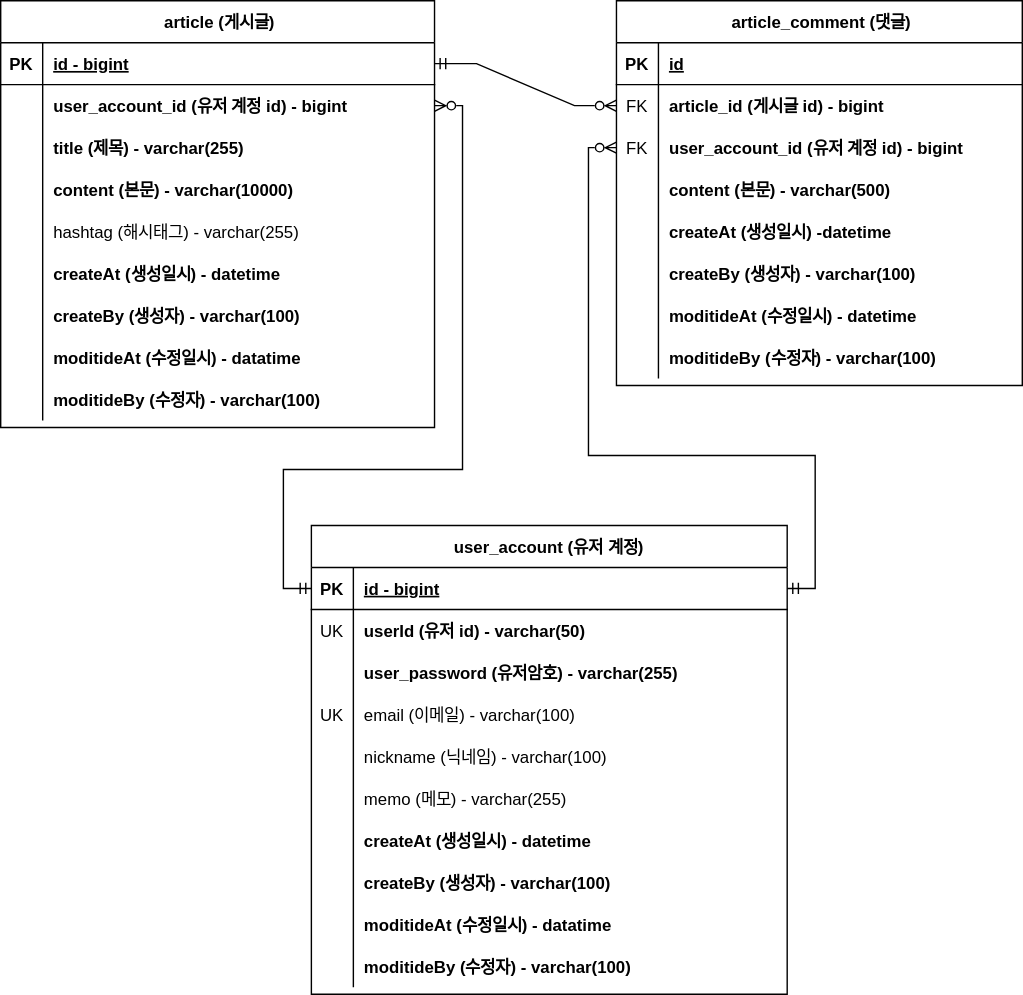
xotlr333/board-project keeps this draw.io diagram as document/board-project-erd.svg. Above is the earlier version. Source tidied: cells renumbered, new cells last; positions are measured from the earlier drawing's top-left corner, leaving out a move shared by most shapes.
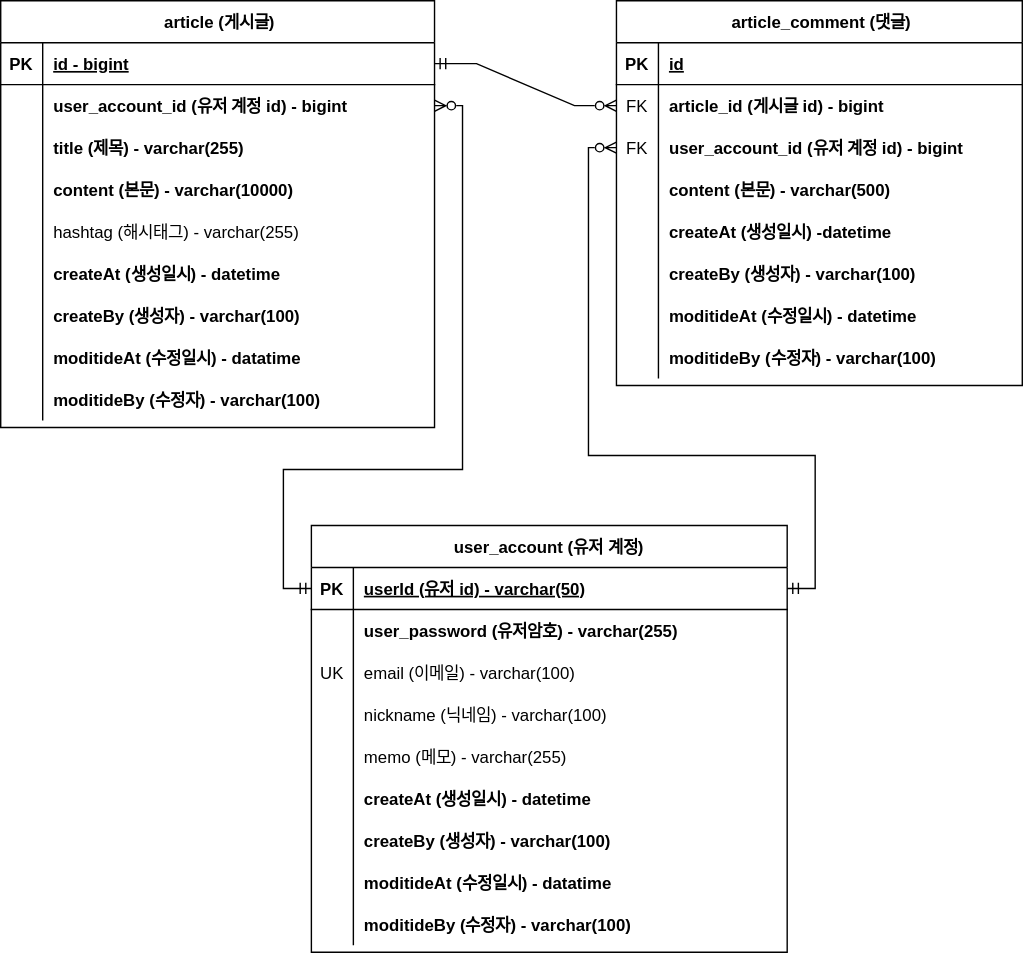
After the change.

Diff of the diagram source:
```diff
@@ -170,7 +170,7 @@
       </mxGeometry>
     </mxCell>
     <mxCell id="56" value="user_account (유저 계정)" style="shape=table;startSize=30;rowLines=0;fontStyle=1;align=center;" parent="1" vertex="1">
-      <mxGeometry x="222" y="375" width="340" height="335" as="geometry" />
+      <mxGeometry x="222" y="375" width="340" height="305" as="geometry" />
     </mxCell>
     <mxCell id="57" style="shape=partialRectangle;fillColor=none;points=[[0,0.5],[1,0.5]];portConstraint=eastwest;top=0;left=0;right=0;bottom=1;" parent="56" vertex="1">
       <mxGeometry y="30" width="340" height="30" as="geometry" />
@@ -178,20 +178,11 @@
     <mxCell id="58" value="PK" style="shape=partialRectangle;overflow=hidden;fillColor=none;top=0;left=0;bottom=0;right=0;fontStyle=1;" parent="57" vertex="1">
       <mxGeometry width="30" height="30" as="geometry" />
     </mxCell>
-    <mxCell id="59" value="id - bigint" style="shape=partialRectangle;overflow=hidden;fillColor=none;top=0;left=0;bottom=0;right=0;align=left;spacingLeft=6;fontStyle=5;" parent="57" vertex="1">
+    <mxCell id="59" value="userId (유저 id) - varchar(50)" style="shape=partialRectangle;overflow=hidden;fillColor=none;top=0;left=0;bottom=0;right=0;align=left;spacingLeft=6;fontStyle=5;" parent="57" vertex="1">
       <mxGeometry x="30" width="310" height="30" as="geometry" />
     </mxCell>
-    <mxCell id="60" style="shape=partialRectangle;fillColor=none;top=0;left=0;right=0;bottom=0;" parent="56" vertex="1">
-      <mxGeometry y="60" width="340" height="30" as="geometry" />
-    </mxCell>
-    <mxCell id="61" value="UK" style="shape=partialRectangle;overflow=hidden;fillColor=none;top=0;left=0;bottom=0;right=0;" parent="60" vertex="1">
-      <mxGeometry width="30" height="30" as="geometry" />
-    </mxCell>
-    <mxCell id="62" value="userId (유저 id) - varchar(50)" style="shape=partialRectangle;overflow=hidden;fillColor=none;top=0;left=0;bottom=0;right=0;align=left;spacingLeft=6;fontStyle=1;" parent="60" vertex="1">
-      <mxGeometry x="30" width="310" height="30" as="geometry" />
-    </mxCell>
     <mxCell id="63" style="shape=partialRectangle;fillColor=none;top=0;left=0;right=0;bottom=0;" parent="56" vertex="1">
-      <mxGeometry y="90" width="340" height="30" as="geometry" />
+      <mxGeometry y="60" width="340" height="30" as="geometry" />
     </mxCell>
     <mxCell id="64" style="shape=partialRectangle;overflow=hidden;fillColor=none;top=0;left=0;bottom=0;right=0;" parent="63" vertex="1">
       <mxGeometry width="30" height="30" as="geometry" />
@@ -200,7 +191,7 @@
       <mxGeometry x="30" width="310" height="30" as="geometry" />
     </mxCell>
     <mxCell id="66" style="shape=partialRectangle;fillColor=none;top=0;left=0;right=0;bottom=0;" parent="56" vertex="1">
-      <mxGeometry y="120" width="340" height="30" as="geometry" />
+      <mxGeometry y="90" width="340" height="30" as="geometry" />
     </mxCell>
     <mxCell id="67" value="UK" style="shape=partialRectangle;overflow=hidden;fillColor=none;top=0;left=0;bottom=0;right=0;" parent="66" vertex="1">
       <mxGeometry width="30" height="30" as="geometry" />
@@ -209,7 +200,7 @@
       <mxGeometry x="30" width="310" height="30" as="geometry" />
     </mxCell>
     <mxCell id="69" style="shape=partialRectangle;fillColor=none;top=0;left=0;right=0;bottom=0;" parent="56" vertex="1">
-      <mxGeometry y="150" width="340" height="30" as="geometry" />
+      <mxGeometry y="120" width="340" height="30" as="geometry" />
     </mxCell>
     <mxCell id="70" value="   " style="shape=partialRectangle;overflow=hidden;fillColor=none;top=0;left=0;bottom=0;right=0;" parent="69" vertex="1">
       <mxGeometry width="30" height="30" as="geometry" />
@@ -218,7 +209,7 @@
       <mxGeometry x="30" width="310" height="30" as="geometry" />
     </mxCell>
     <mxCell id="72" style="shape=partialRectangle;fillColor=none;top=0;left=0;right=0;bottom=0;" parent="56" vertex="1">
-      <mxGeometry y="180" width="340" height="30" as="geometry" />
+      <mxGeometry y="150" width="340" height="30" as="geometry" />
     </mxCell>
     <mxCell id="73" value="   " style="shape=partialRectangle;overflow=hidden;fillColor=none;top=0;left=0;bottom=0;right=0;" parent="72" vertex="1">
       <mxGeometry width="30" height="30" as="geometry" />
@@ -227,7 +218,7 @@
       <mxGeometry x="30" width="310" height="30" as="geometry" />
     </mxCell>
     <mxCell id="75" style="shape=partialRectangle;fillColor=none;top=0;left=0;right=0;bottom=0;" parent="56" vertex="1">
-      <mxGeometry y="210" width="340" height="30" as="geometry" />
+      <mxGeometry y="180" width="340" height="30" as="geometry" />
     </mxCell>
     <mxCell id="76" value="   " style="shape=partialRectangle;overflow=hidden;fillColor=none;top=0;left=0;bottom=0;right=0;" parent="75" vertex="1">
       <mxGeometry width="30" height="30" as="geometry" />
@@ -236,7 +227,7 @@
       <mxGeometry x="30" width="310" height="30" as="geometry" />
     </mxCell>
     <mxCell id="78" style="shape=partialRectangle;fillColor=none;top=0;left=0;right=0;bottom=0;" parent="56" vertex="1">
-      <mxGeometry y="240" width="340" height="30" as="geometry" />
+      <mxGeometry y="210" width="340" height="30" as="geometry" />
     </mxCell>
     <mxCell id="79" value="   " style="shape=partialRectangle;overflow=hidden;fillColor=none;top=0;left=0;bottom=0;right=0;" parent="78" vertex="1">
       <mxGeometry width="30" height="30" as="geometry" />
@@ -245,7 +236,7 @@
       <mxGeometry x="30" width="310" height="30" as="geometry" />
     </mxCell>
     <mxCell id="81" style="shape=partialRectangle;fillColor=none;top=0;left=0;right=0;bottom=0;" parent="56" vertex="1">
-      <mxGeometry y="270" width="340" height="30" as="geometry" />
+      <mxGeometry y="240" width="340" height="30" as="geometry" />
     </mxCell>
     <mxCell id="82" value="   " style="shape=partialRectangle;overflow=hidden;fillColor=none;top=0;left=0;bottom=0;right=0;" parent="81" vertex="1">
       <mxGeometry width="30" height="30" as="geometry" />
@@ -254,7 +245,7 @@
       <mxGeometry x="30" width="310" height="30" as="geometry" />
     </mxCell>
     <mxCell id="84" style="shape=partialRectangle;fillColor=none;top=0;left=0;right=0;bottom=0;" parent="56" vertex="1">
-      <mxGeometry y="300" width="340" height="30" as="geometry" />
+      <mxGeometry y="270" width="340" height="30" as="geometry" />
     </mxCell>
     <mxCell id="85" value="   " style="shape=partialRectangle;overflow=hidden;fillColor=none;top=0;left=0;bottom=0;right=0;" parent="84" vertex="1">
       <mxGeometry width="30" height="30" as="geometry" />
```
